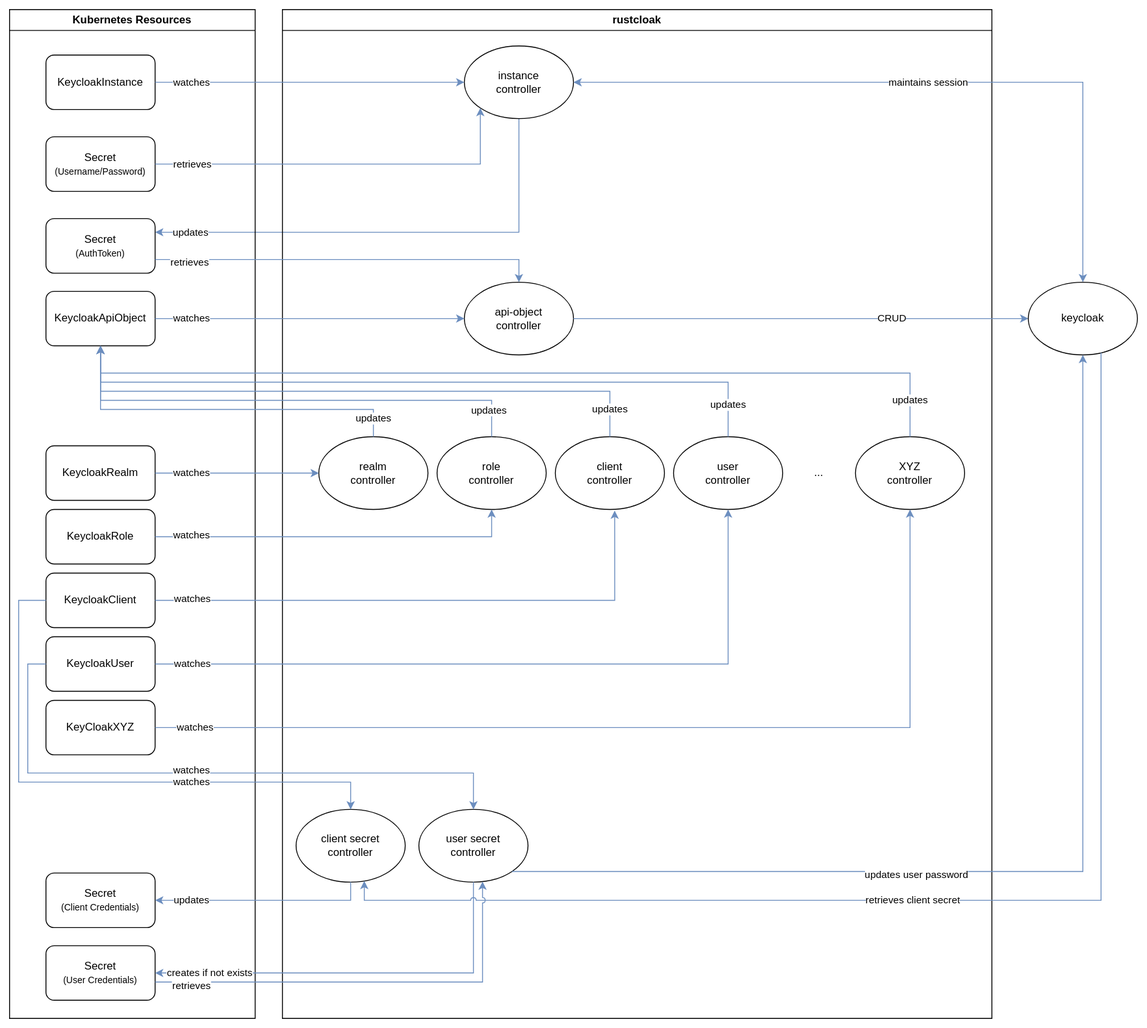
The draw.io diagram docs/src/architecture/arch.svg in DenktMit-eG/rustcloak-operator, before a commit. Source tidied: cells renumbered, new cells last; positions are measured from the earlier drawing's top-left corner, leaving out a move shared by most shapes.
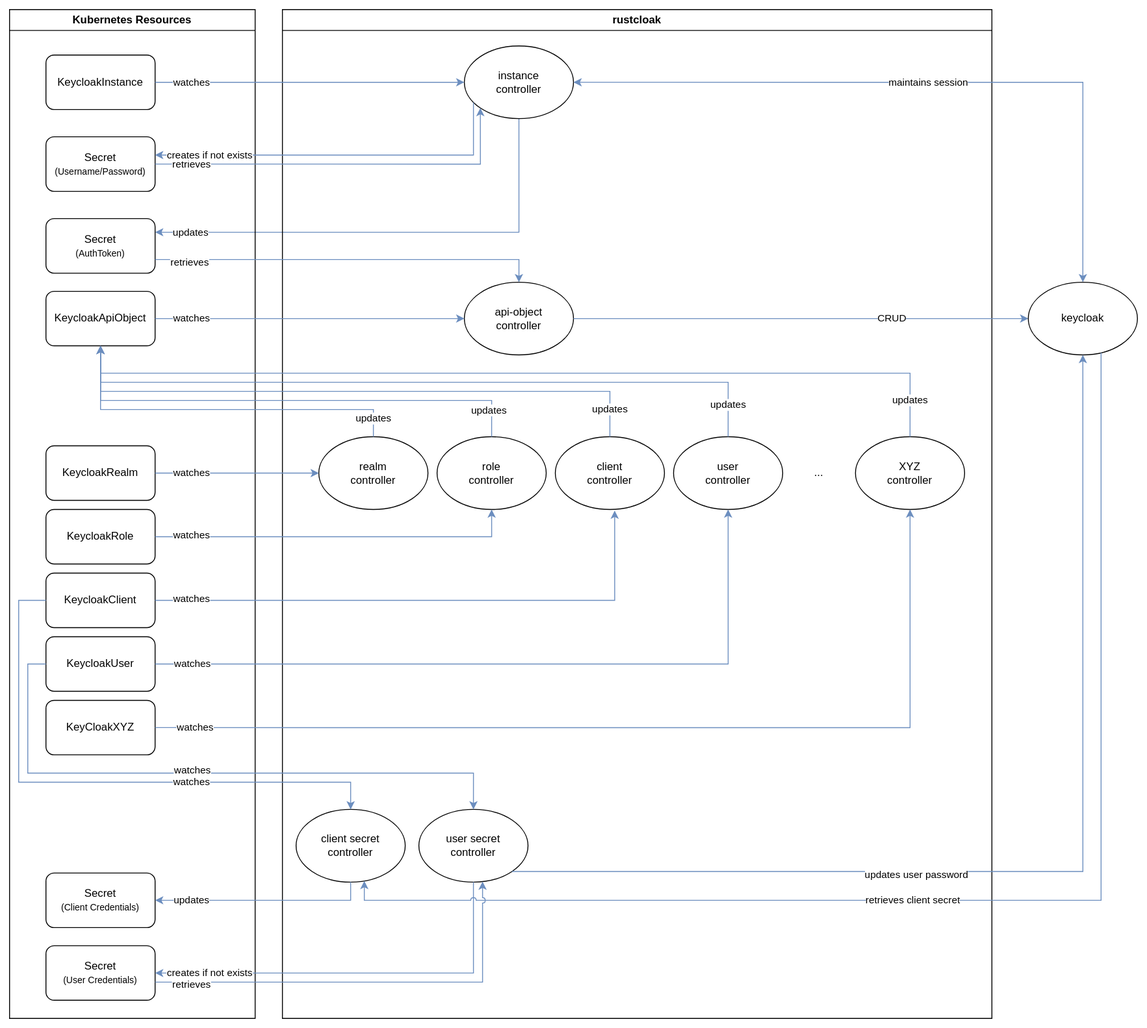
The same diagram one commit later.

Commit message:
update architecture overview

Diff of the diagram source:
```diff
@@ -79,8 +79,13 @@
     <mxCell id="26" value="&lt;div&gt;Secret&lt;/div&gt;&lt;div&gt;&lt;font style=&quot;font-size: 10px;&quot;&gt;(User Credentials)&lt;/font&gt;&lt;br&gt;&lt;/div&gt;" style="rounded=1;whiteSpace=wrap;html=1;" parent="15" vertex="1">
       <mxGeometry x="40" y="1030" width="120" height="60" as="geometry" />
     </mxCell>
-    <mxCell id="27" style="edgeStyle=orthogonalEdgeStyle;rounded=0;jettySize=auto;html=1;exitX=1;exitY=0.5;exitDx=0;exitDy=0;fillColor=#dae8fc;strokeColor=#6c8ebf;jumpStyle=arc;jumpSize=12;" parent="1" edge="1" source="16" target="5">
-      <mxGeometry relative="1" as="geometry" />
+    <mxCell id="27" style="edgeStyle=orthogonalEdgeStyle;rounded=0;jettySize=auto;html=1;fillColor=#dae8fc;strokeColor=#6c8ebf;jumpStyle=arc;jumpSize=12;" parent="1" edge="1" source="16" target="5">
+      <mxGeometry relative="1" as="geometry">
+        <Array as="points">
+          <mxPoint x="290" y="80" />
+          <mxPoint x="290" y="80" />
+        </Array>
+      </mxGeometry>
     </mxCell>
     <mxCell id="28" value="watches" style="edgeLabel;html=1;align=center;verticalAlign=middle;" parent="27" vertex="1">
       <mxGeometry x="-0.71" y="-3" relative="1" as="geometry">
@@ -312,5 +317,17 @@
         <mxPoint x="192" y="84" as="offset" />
       </mxGeometry>
     </mxCell>
+    <mxCell id="74" style="edgeStyle=orthogonalEdgeStyle;rounded=0;jettySize=auto;html=1;fillColor=#dae8fc;strokeColor=#6c8ebf;" parent="1" edge="1" source="5" target="22">
+      <mxGeometry relative="1" as="geometry">
+        <Array as="points">
+          <mxPoint x="510" y="160" />
+        </Array>
+      </mxGeometry>
+    </mxCell>
+    <mxCell id="75" value="creates if not exists" style="edgeLabel;html=1;align=center;verticalAlign=middle;" parent="74" vertex="1">
+      <mxGeometry x="0.82" y="3" relative="1" as="geometry">
+        <mxPoint x="23" y="-3" as="offset" />
+      </mxGeometry>
+    </mxCell>
   </root>
 </mxGraphModel>
```
